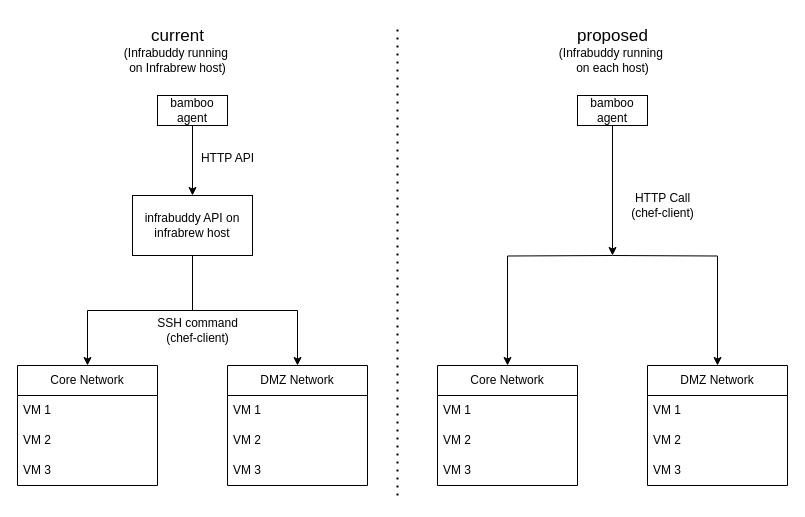
andrasfindt-sbg/draw.io keeps this draw.io diagram as Untitled Diagram.drawio. Above is the earlier version. Source tidied: cells renumbered, new cells numbered last; positions are measured from the earlier drawing's top-left corner, leaving out a move shared by most shapes. Both pictures are drawn from the tidied source at 100%, with x=0, y=0 at pixel (17, 20).
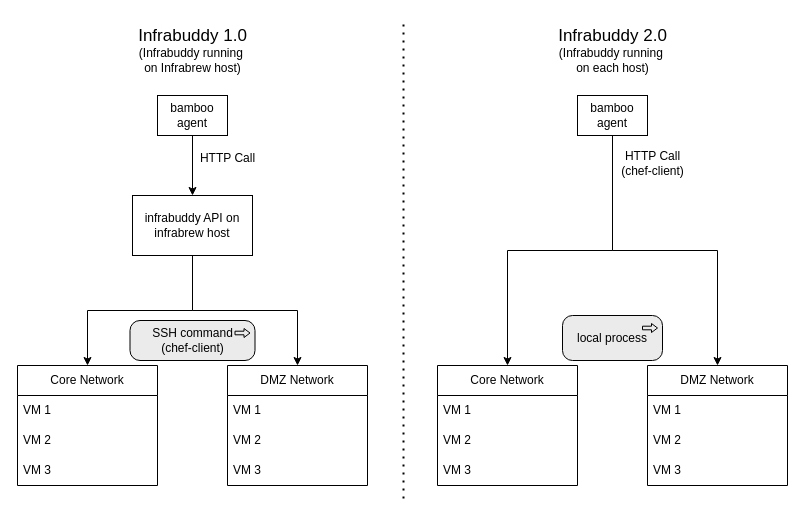
The same page after the edit.

Unchanged cells that the change refers to:
```xml
<mxCell id="25" value="DMZ Network" style="swimlane;fontStyle=0;horizontal=1;startSize=30;whiteSpace=wrap;html=1;" parent="1" vertex="1">
  <mxGeometry x="630" y="345" width="140" height="120" as="geometry" />
</mxCell>
<mxCell id="29" value="Core Network" style="swimlane;fontStyle=0;horizontal=1;startSize=30;whiteSpace=wrap;html=1;" parent="1" vertex="1">
  <mxGeometry x="420" y="345" width="140" height="120" as="geometry" />
</mxCell>
```

Change to the diagram source:
```diff
@@
     <mxCell id="2" style="endArrow=none;dashed=1;html=1;dashPattern=1 3;strokeWidth=2;rounded=0;" parent="1" edge="1">
       <mxGeometry relative="1" as="geometry">
-        <mxPoint x="380" y="475" as="sourcePoint" />
-        <mxPoint x="380" y="5" as="targetPoint" />
+        <mxPoint x="386" y="478" as="sourcePoint" />
+        <mxPoint x="386" y="-2" as="targetPoint" />
       </mxGeometry>
     </mxCell>
-    <mxCell id="3" value="&lt;font style=&quot;font-size: 17px;&quot;&gt;current&lt;/font&gt;&lt;div&gt;(Infrabuddy running&amp;nbsp;&lt;/div&gt;&lt;div&gt;on Infrabrew host)&lt;/div&gt;" style="text;html=1;align=center;verticalAlign=middle;strokeColor=none;fillColor=none;" parent="1" vertex="1">
-      <mxGeometry x="95" width="130" height="60" as="geometry" />
+    <mxCell id="3" value="&lt;font style=&quot;font-size: 17px;&quot;&gt;Infrabuddy 1.0&lt;/font&gt;&lt;div&gt;(Infrabuddy running&amp;nbsp;&lt;/div&gt;&lt;div&gt;on Infrabrew host)&lt;/div&gt;" style="text;html=1;align=center;verticalAlign=middle;strokeColor=none;fillColor=none;" parent="1" vertex="1">
+      <mxGeometry x="110" width="130" height="60" as="geometry" />
     </mxCell>
-    <mxCell id="4" value="&lt;div style=&quot;font-size: 17px;&quot;&gt;&lt;font style=&quot;font-size: 17px;&quot;&gt;proposed&lt;br&gt;&lt;/font&gt;&lt;/div&gt;&lt;div&gt;&lt;font style=&quot;font-size: 12px;&quot;&gt;(Infrabuddy running&amp;nbsp;&lt;/font&gt;&lt;/div&gt;&lt;div style=&quot;&quot;&gt;on each host)&lt;/div&gt;" style="text;html=1;align=center;verticalAlign=middle;strokeColor=none;fillColor=none;" parent="1" vertex="1">
+    <mxCell id="4" value="&lt;div style=&quot;font-size: 17px;&quot;&gt;&lt;font style=&quot;font-size: 17px;&quot;&gt;Infrabuddy 2.0&lt;br&gt;&lt;/font&gt;&lt;/div&gt;&lt;div&gt;&lt;font style=&quot;font-size: 12px;&quot;&gt;(Infrabuddy running&amp;nbsp;&lt;/font&gt;&lt;/div&gt;&lt;div style=&quot;&quot;&gt;on each host)&lt;/div&gt;" style="text;html=1;align=center;verticalAlign=middle;strokeColor=none;fillColor=none;" parent="1" vertex="1">
       <mxGeometry x="530" width="130" height="60" as="geometry" />
     </mxCell>
     <mxCell id="5" value="bamboo agent" style="rounded=0;whiteSpace=wrap;html=1;" parent="1" vertex="1">
-      <mxGeometry x="140" y="75" width="70" height="30" as="geometry" />
+      <mxGeometry x="140" y="75" width="70" height="40" as="geometry" />
     </mxCell>
@@
-    <mxCell id="10" value="HTTP API" style="text;html=1;align=center;verticalAlign=middle;strokeColor=none;fillColor=none;" parent="1" vertex="1">
+    <mxCell id="10" value="HTTP Call" style="text;html=1;align=center;verticalAlign=middle;strokeColor=none;fillColor=none;" parent="1" vertex="1">
       <mxGeometry x="170" y="123" width="80" height="30" as="geometry" />
     </mxCell>
-    <mxCell id="11" value="SSH command&lt;div&gt;(chef-client)&lt;/div&gt;" style="text;html=1;align=center;verticalAlign=middle;strokeColor=none;fillColor=none;" parent="1" vertex="1">
-      <mxGeometry x="130" y="290" width="100" height="40" as="geometry" />
-    </mxCell>
@@
+    <mxCell id="33" style="edgeStyle=orthogonalEdgeStyle;rounded=0;jettySize=auto;html=1;entryX=0.5;entryY=0;entryDx=0;entryDy=0;" parent="1" edge="1" source="20" target="29">
+      <mxGeometry relative="1" as="geometry" />
+    </mxCell>
+    <mxCell id="34" style="edgeStyle=orthogonalEdgeStyle;rounded=0;jettySize=auto;html=1;entryX=0.5;entryY=0;entryDx=0;entryDy=0;" parent="1" edge="1" source="20" target="25">
+      <mxGeometry relative="1" as="geometry" />
+    </mxCell>
     <mxCell id="20" value="bamboo agent" style="rounded=0;whiteSpace=wrap;html=1;" parent="1" vertex="1">
-      <mxGeometry x="560" y="75" width="70" height="30" as="geometry" />
+      <mxGeometry x="560" y="75" width="70" height="40" as="geometry" />
     </mxCell>
-    <mxCell id="21" style="edgeStyle=orthogonalEdgeStyle;rounded=0;jettySize=auto;html=1;entryX=0.5;entryY=0;entryDx=0;entryDy=0;" parent="1" edge="1" target="29">
-      <mxGeometry relative="1" as="geometry">
-        <mxPoint x="595" y="235" as="sourcePoint" />
-      </mxGeometry>
-    </mxCell>
-    <mxCell id="22" style="edgeStyle=orthogonalEdgeStyle;rounded=0;jettySize=auto;html=1;entryX=0.5;entryY=0;entryDx=0;entryDy=0;" parent="1" edge="1" target="25">
-      <mxGeometry relative="1" as="geometry">
-        <mxPoint x="595" y="235" as="sourcePoint" />
-      </mxGeometry>
-    </mxCell>
-    <mxCell id="23" style="endArrow=classic;html=1;rounded=0;exitX=0.5;exitY=1;exitDx=0;exitDy=0;" parent="1" edge="1" source="20">
-      <mxGeometry relative="1" as="geometry">
-        <mxPoint x="595" y="235" as="targetPoint" />
-      </mxGeometry>
-    </mxCell>
     <mxCell id="24" value="HTTP Call&lt;div&gt;(chef-client)&lt;/div&gt;" style="text;html=1;align=center;verticalAlign=middle;strokeColor=none;fillColor=none;" parent="1" vertex="1">
-      <mxGeometry x="600" y="165" width="90" height="40" as="geometry" />
+      <mxGeometry x="590" y="123" width="90" height="40" as="geometry" />
     </mxCell>
@@
+    <mxCell id="11" value="&lt;span style=&quot;white-space: nowrap;&quot;&gt;SSH command&lt;/span&gt;&lt;div style=&quot;white-space: nowrap;&quot;&gt;(chef-client)&lt;/div&gt;" style="html=1;whiteSpace=wrap;fillColor=#EBEBEB;shape=mxgraph.archimate3.application;appType=proc;archiType=rounded;" parent="1" vertex="1">
+      <mxGeometry x="112.5" y="300" width="125" height="40" as="geometry" />
+    </mxCell>
+    <mxCell id="35" value="&lt;span style=&quot;white-space: nowrap;&quot;&gt;local process&lt;/span&gt;" style="html=1;whiteSpace=wrap;fillColor=#EBEBEB;shape=mxgraph.archimate3.application;appType=proc;archiType=rounded;" parent="1" vertex="1">
+      <mxGeometry x="545" y="295" width="100" height="45" as="geometry" />
+    </mxCell>
```
